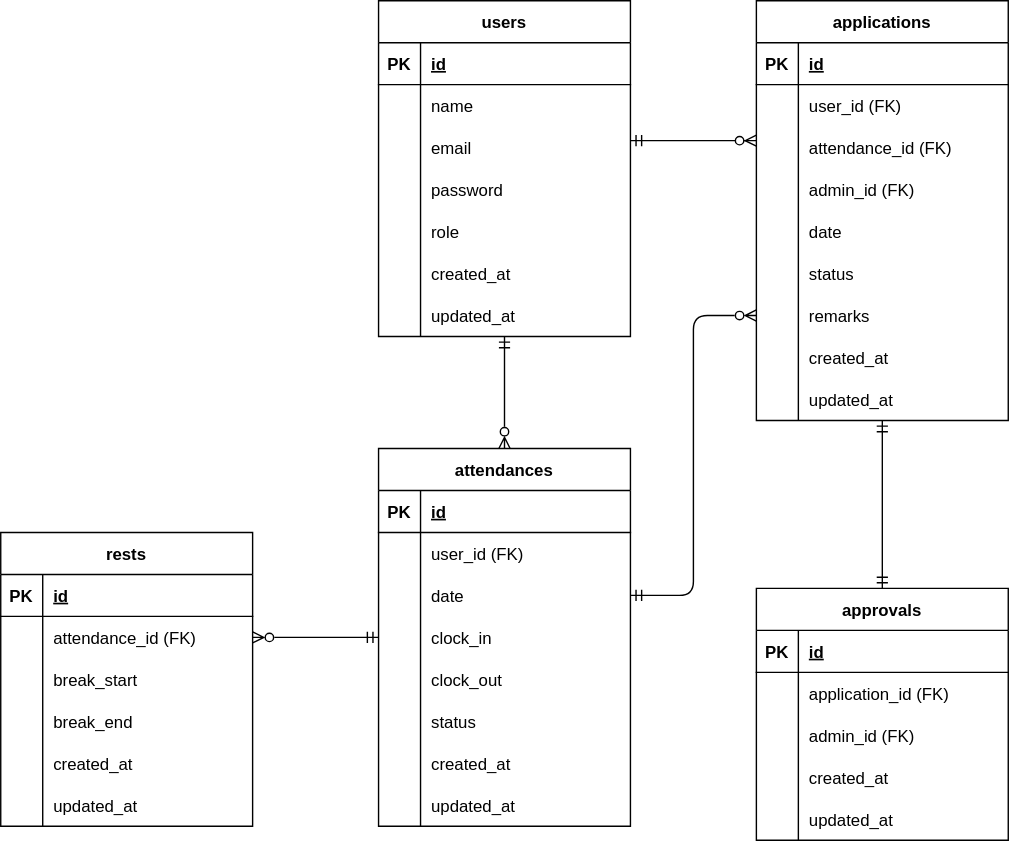
Before: src/attendance-test_ER.drawio.svg, a diagram exported from draw.io (dq-myk/attendance-test). Source tidied: cells renumbered, new cells last; positions are measured from the earlier drawing's top-left corner, leaving out a move shared by most shapes.
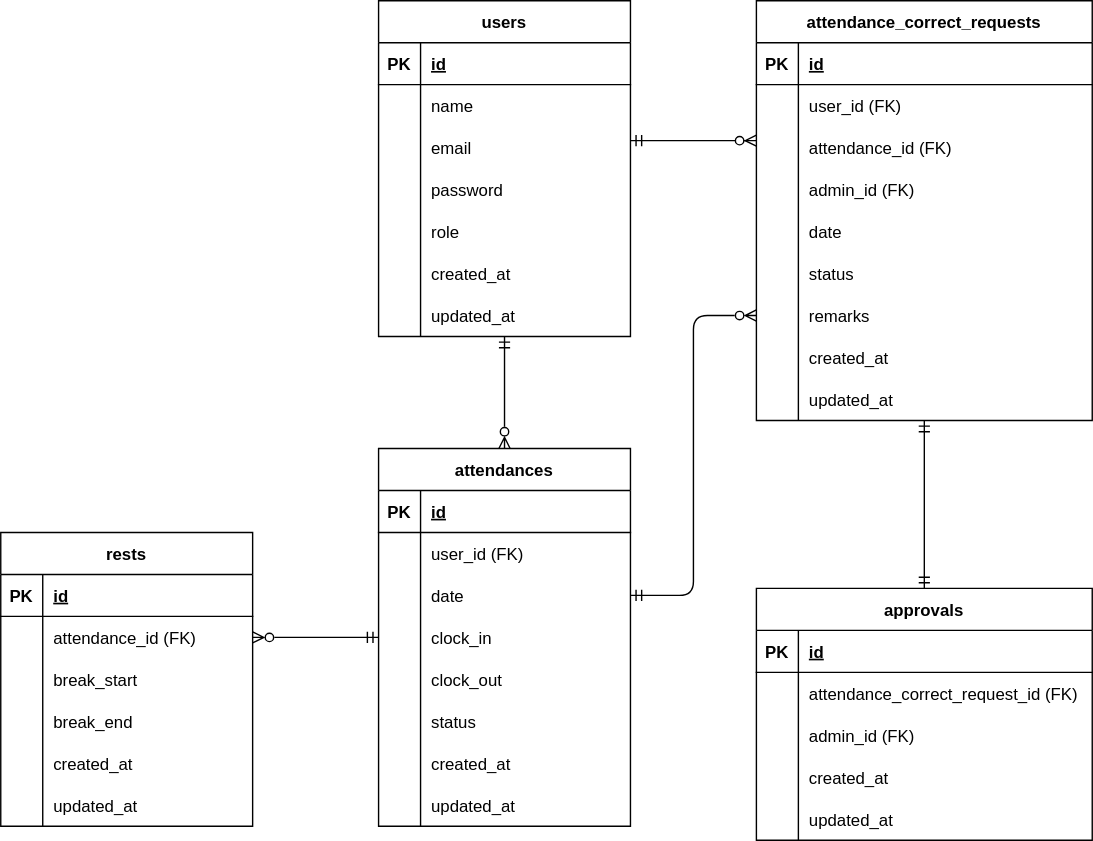
After the commit.

Diff of the diagram source:
```diff
@@ -143,89 +143,89 @@
     <mxCell id="48" value="updated_at" style="shape=partialRectangle;fillColor=none;top=0;left=0;bottom=0;right=0;align=left;spacingLeft=6;overflow=hidden;" parent="46" vertex="1">
       <mxGeometry x="30" width="150" height="30" as="geometry" />
     </mxCell>
-    <mxCell id="49" value="applications" style="shape=table;startSize=30;rowLines=0;fontStyle=1;align=center;" parent="1" vertex="1">
-      <mxGeometry x="540" width="180" height="300" as="geometry" />
+    <mxCell id="49" value="attendance_correct_requests" style="shape=table;startSize=30;rowLines=0;fontStyle=1;align=center;" parent="1" vertex="1">
+      <mxGeometry x="540" width="240" height="300" as="geometry" />
     </mxCell>
     <mxCell id="50" style="shape=tableRow;horizontal=0;startSize=0;swimlaneHead=0;swimlaneBody=0;fillColor=none;top=0;left=0;right=0;bottom=1;" parent="49" vertex="1">
-      <mxGeometry y="30" width="180" height="30" as="geometry" />
+      <mxGeometry y="30" width="240" height="30" as="geometry" />
     </mxCell>
     <mxCell id="51" value="PK" style="shape=partialRectangle;fillColor=none;top=0;left=0;bottom=0;right=0;fontStyle=1;overflow=hidden;" parent="50" vertex="1">
       <mxGeometry width="30" height="30" as="geometry" />
     </mxCell>
     <mxCell id="52" value="id" style="shape=partialRectangle;fillColor=none;top=0;left=0;bottom=0;right=0;align=left;spacingLeft=6;fontStyle=5;overflow=hidden;" parent="50" vertex="1">
-      <mxGeometry x="30" width="150" height="30" as="geometry" />
+      <mxGeometry x="30" width="210" height="30" as="geometry" />
     </mxCell>
     <mxCell id="53" style="shape=tableRow;horizontal=0;startSize=0;swimlaneHead=0;swimlaneBody=0;fillColor=none;top=0;left=0;right=0;bottom=0;" parent="49" vertex="1">
-      <mxGeometry y="60" width="180" height="30" as="geometry" />
+      <mxGeometry y="60" width="240" height="30" as="geometry" />
     </mxCell>
     <mxCell id="54" style="shape=partialRectangle;fillColor=none;top=0;left=0;bottom=0;right=0;overflow=hidden;" parent="53" vertex="1">
       <mxGeometry width="30" height="30" as="geometry" />
     </mxCell>
     <mxCell id="55" value="user_id (FK)" style="shape=partialRectangle;fillColor=none;top=0;left=0;bottom=0;right=0;align=left;spacingLeft=6;overflow=hidden;" parent="53" vertex="1">
-      <mxGeometry x="30" width="150" height="30" as="geometry" />
+      <mxGeometry x="30" width="210" height="30" as="geometry" />
     </mxCell>
     <mxCell id="56" style="shape=tableRow;horizontal=0;startSize=0;swimlaneHead=0;swimlaneBody=0;fillColor=none;top=0;left=0;right=0;bottom=0;" parent="49" vertex="1">
-      <mxGeometry y="90" width="180" height="30" as="geometry" />
+      <mxGeometry y="90" width="240" height="30" as="geometry" />
     </mxCell>
     <mxCell id="57" style="shape=partialRectangle;fillColor=none;top=0;left=0;bottom=0;right=0;overflow=hidden;" parent="56" vertex="1">
       <mxGeometry width="30" height="30" as="geometry" />
     </mxCell>
     <mxCell id="58" value="attendance_id (FK)" style="shape=partialRectangle;fillColor=none;top=0;left=0;bottom=0;right=0;align=left;spacingLeft=6;overflow=hidden;" parent="56" vertex="1">
-      <mxGeometry x="30" width="150" height="30" as="geometry" />
+      <mxGeometry x="30" width="210" height="30" as="geometry" />
     </mxCell>
     <mxCell id="59" style="shape=tableRow;horizontal=0;startSize=0;swimlaneHead=0;swimlaneBody=0;fillColor=none;top=0;left=0;right=0;bottom=0;" parent="49" vertex="1">
-      <mxGeometry y="120" width="180" height="30" as="geometry" />
+      <mxGeometry y="120" width="240" height="30" as="geometry" />
     </mxCell>
     <mxCell id="60" style="shape=partialRectangle;fillColor=none;top=0;left=0;bottom=0;right=0;overflow=hidden;" parent="59" vertex="1">
       <mxGeometry width="30" height="30" as="geometry" />
     </mxCell>
     <mxCell id="61" value="admin_id (FK)" style="shape=partialRectangle;fillColor=none;top=0;left=0;bottom=0;right=0;align=left;spacingLeft=6;overflow=hidden;" parent="59" vertex="1">
-      <mxGeometry x="30" width="150" height="30" as="geometry" />
+      <mxGeometry x="30" width="210" height="30" as="geometry" />
     </mxCell>
     <mxCell id="62" style="shape=tableRow;horizontal=0;startSize=0;swimlaneHead=0;swimlaneBody=0;fillColor=none;top=0;left=0;right=0;bottom=0;" parent="49" vertex="1">
-      <mxGeometry y="150" width="180" height="30" as="geometry" />
+      <mxGeometry y="150" width="240" height="30" as="geometry" />
     </mxCell>
     <mxCell id="63" style="shape=partialRectangle;fillColor=none;top=0;left=0;bottom=0;right=0;overflow=hidden;" parent="62" vertex="1">
       <mxGeometry width="30" height="30" as="geometry" />
     </mxCell>
     <mxCell id="64" value="date" style="shape=partialRectangle;fillColor=none;top=0;left=0;bottom=0;right=0;align=left;spacingLeft=6;overflow=hidden;" parent="62" vertex="1">
-      <mxGeometry x="30" width="150" height="30" as="geometry" />
+      <mxGeometry x="30" width="210" height="30" as="geometry" />
     </mxCell>
     <mxCell id="65" style="shape=tableRow;horizontal=0;startSize=0;swimlaneHead=0;swimlaneBody=0;fillColor=none;top=0;left=0;right=0;bottom=0;" parent="49" vertex="1">
-      <mxGeometry y="180" width="180" height="30" as="geometry" />
+      <mxGeometry y="180" width="240" height="30" as="geometry" />
     </mxCell>
     <mxCell id="66" style="shape=partialRectangle;fillColor=none;top=0;left=0;bottom=0;right=0;overflow=hidden;" parent="65" vertex="1">
       <mxGeometry width="30" height="30" as="geometry" />
     </mxCell>
     <mxCell id="67" value="status" style="shape=partialRectangle;fillColor=none;top=0;left=0;bottom=0;right=0;align=left;spacingLeft=6;overflow=hidden;" parent="65" vertex="1">
-      <mxGeometry x="30" width="150" height="30" as="geometry" />
+      <mxGeometry x="30" width="210" height="30" as="geometry" />
     </mxCell>
     <mxCell id="68" style="shape=tableRow;horizontal=0;startSize=0;swimlaneHead=0;swimlaneBody=0;fillColor=none;points=[[0,0.5],[1,0.5]];portConstraint=eastwest;top=0;left=0;right=0;bottom=0;" parent="49" vertex="1">
-      <mxGeometry y="210" width="180" height="30" as="geometry" />
+      <mxGeometry y="210" width="240" height="30" as="geometry" />
     </mxCell>
     <mxCell id="69" style="shape=partialRectangle;fillColor=none;top=0;left=0;bottom=0;right=0;overflow=hidden;" parent="68" vertex="1">
       <mxGeometry width="30" height="30" as="geometry" />
     </mxCell>
     <mxCell id="70" value="remarks" style="shape=partialRectangle;fillColor=none;top=0;left=0;bottom=0;right=0;align=left;spacingLeft=6;overflow=hidden;" parent="68" vertex="1">
-      <mxGeometry x="30" width="150" height="30" as="geometry" />
+      <mxGeometry x="30" width="210" height="30" as="geometry" />
     </mxCell>
     <mxCell id="71" style="shape=tableRow;horizontal=0;startSize=0;swimlaneHead=0;swimlaneBody=0;fillColor=none;top=0;left=0;right=0;bottom=0;" parent="49" vertex="1">
-      <mxGeometry y="240" width="180" height="30" as="geometry" />
+      <mxGeometry y="240" width="240" height="30" as="geometry" />
     </mxCell>
     <mxCell id="72" style="shape=partialRectangle;fillColor=none;top=0;left=0;bottom=0;right=0;overflow=hidden;" parent="71" vertex="1">
       <mxGeometry width="30" height="30" as="geometry" />
     </mxCell>
     <mxCell id="73" value="created_at" style="shape=partialRectangle;fillColor=none;top=0;left=0;bottom=0;right=0;align=left;spacingLeft=6;overflow=hidden;" parent="71" vertex="1">
-      <mxGeometry x="30" width="150" height="30" as="geometry" />
+      <mxGeometry x="30" width="210" height="30" as="geometry" />
     </mxCell>
     <mxCell id="74" style="shape=tableRow;horizontal=0;startSize=0;swimlaneHead=0;swimlaneBody=0;fillColor=none;top=0;left=0;right=0;bottom=0;" parent="49" vertex="1">
-      <mxGeometry y="270" width="180" height="30" as="geometry" />
+      <mxGeometry y="270" width="240" height="30" as="geometry" />
     </mxCell>
     <mxCell id="75" style="shape=partialRectangle;fillColor=none;top=0;left=0;bottom=0;right=0;overflow=hidden;" parent="74" vertex="1">
       <mxGeometry width="30" height="30" as="geometry" />
     </mxCell>
     <mxCell id="76" value="updated_at" style="shape=partialRectangle;fillColor=none;top=0;left=0;bottom=0;right=0;align=left;spacingLeft=6;overflow=hidden;" parent="74" vertex="1">
-      <mxGeometry x="30" width="150" height="30" as="geometry" />
+      <mxGeometry x="30" width="210" height="30" as="geometry" />
     </mxCell>
     <mxCell id="77" value="rests" style="shape=table;startSize=30;rowLines=0;fontStyle=1;align=center;" parent="1" vertex="1">
       <mxGeometry y="380" width="180" height="210" as="geometry" />
@@ -285,52 +285,52 @@
       <mxGeometry x="30" width="150" height="30" as="geometry" />
     </mxCell>
     <mxCell id="96" value="approvals" style="shape=table;startSize=30;rowLines=0;fontStyle=1;align=center;" parent="1" vertex="1">
-      <mxGeometry x="540" y="420" width="180" height="180" as="geometry" />
+      <mxGeometry x="540" y="420" width="240" height="180" as="geometry" />
     </mxCell>
     <mxCell id="97" style="shape=tableRow;horizontal=0;startSize=0;swimlaneHead=0;swimlaneBody=0;fillColor=none;top=0;left=0;right=0;bottom=1;" parent="96" vertex="1">
-      <mxGeometry y="30" width="180" height="30" as="geometry" />
+      <mxGeometry y="30" width="240" height="30" as="geometry" />
     </mxCell>
     <mxCell id="98" value="PK" style="shape=partialRectangle;fillColor=none;top=0;left=0;bottom=0;right=0;fontStyle=1;overflow=hidden;" parent="97" vertex="1">
       <mxGeometry width="30" height="30" as="geometry" />
     </mxCell>
     <mxCell id="99" value="id" style="shape=partialRectangle;fillColor=none;top=0;left=0;bottom=0;right=0;align=left;spacingLeft=6;fontStyle=5;overflow=hidden;" parent="97" vertex="1">
-      <mxGeometry x="30" width="150" height="30" as="geometry" />
+      <mxGeometry x="30" width="210" height="30" as="geometry" />
     </mxCell>
     <mxCell id="100" style="shape=tableRow;horizontal=0;startSize=0;swimlaneHead=0;swimlaneBody=0;fillColor=none;top=0;left=0;right=0;bottom=0;" parent="96" vertex="1">
-      <mxGeometry y="60" width="180" height="30" as="geometry" />
+      <mxGeometry y="60" width="240" height="30" as="geometry" />
     </mxCell>
     <mxCell id="101" style="shape=partialRectangle;fillColor=none;top=0;left=0;bottom=0;right=0;overflow=hidden;" parent="100" vertex="1">
       <mxGeometry width="30" height="30" as="geometry" />
     </mxCell>
-    <mxCell id="102" value="application_id (FK)" style="shape=partialRectangle;fillColor=none;top=0;left=0;bottom=0;right=0;align=left;spacingLeft=6;overflow=hidden;" parent="100" vertex="1">
-      <mxGeometry x="30" width="150" height="30" as="geometry" />
+    <mxCell id="102" value="attendance_correct_request_id (FK)" style="shape=partialRectangle;fillColor=none;top=0;left=0;bottom=0;right=0;align=left;spacingLeft=6;overflow=hidden;" parent="100" vertex="1">
+      <mxGeometry x="30" width="210" height="30" as="geometry" />
     </mxCell>
     <mxCell id="103" style="shape=tableRow;horizontal=0;startSize=0;swimlaneHead=0;swimlaneBody=0;fillColor=none;top=0;left=0;right=0;bottom=0;" parent="96" vertex="1">
-      <mxGeometry y="90" width="180" height="30" as="geometry" />
+      <mxGeometry y="90" width="240" height="30" as="geometry" />
     </mxCell>
     <mxCell id="104" style="shape=partialRectangle;fillColor=none;top=0;left=0;bottom=0;right=0;overflow=hidden;" parent="103" vertex="1">
       <mxGeometry width="30" height="30" as="geometry" />
     </mxCell>
     <mxCell id="105" value="admin_id (FK)" style="shape=partialRectangle;fillColor=none;top=0;left=0;bottom=0;right=0;align=left;spacingLeft=6;overflow=hidden;" parent="103" vertex="1">
-      <mxGeometry x="30" width="150" height="30" as="geometry" />
+      <mxGeometry x="30" width="210" height="30" as="geometry" />
     </mxCell>
     <mxCell id="106" style="shape=tableRow;horizontal=0;startSize=0;swimlaneHead=0;swimlaneBody=0;fillColor=none;top=0;left=0;right=0;bottom=0;" parent="96" vertex="1">
-      <mxGeometry y="120" width="180" height="30" as="geometry" />
+      <mxGeometry y="120" width="240" height="30" as="geometry" />
     </mxCell>
     <mxCell id="107" style="shape=partialRectangle;fillColor=none;top=0;left=0;bottom=0;right=0;overflow=hidden;" parent="106" vertex="1">
       <mxGeometry width="30" height="30" as="geometry" />
     </mxCell>
     <mxCell id="108" value="created_at" style="shape=partialRectangle;fillColor=none;top=0;left=0;bottom=0;right=0;align=left;spacingLeft=6;overflow=hidden;" parent="106" vertex="1">
-      <mxGeometry x="30" width="150" height="30" as="geometry" />
+      <mxGeometry x="30" width="210" height="30" as="geometry" />
     </mxCell>
     <mxCell id="109" style="shape=tableRow;horizontal=0;startSize=0;swimlaneHead=0;swimlaneBody=0;fillColor=none;top=0;left=0;right=0;bottom=0;" parent="96" vertex="1">
-      <mxGeometry y="150" width="180" height="30" as="geometry" />
+      <mxGeometry y="150" width="240" height="30" as="geometry" />
     </mxCell>
     <mxCell id="110" style="shape=partialRectangle;fillColor=none;top=0;left=0;bottom=0;right=0;overflow=hidden;" parent="109" vertex="1">
       <mxGeometry width="30" height="30" as="geometry" />
     </mxCell>
     <mxCell id="111" value="updated_at" style="shape=partialRectangle;fillColor=none;top=0;left=0;bottom=0;right=0;align=left;spacingLeft=6;overflow=hidden;" parent="109" vertex="1">
-      <mxGeometry x="30" width="150" height="30" as="geometry" />
+      <mxGeometry x="30" width="210" height="30" as="geometry" />
     </mxCell>
     <mxCell id="112" style="edgeStyle=entityRelationEdgeStyle;fontSize=12;html=1;endArrow=ERzeroToMany;startArrow=ERmandOne;" parent="1" edge="1">
       <mxGeometry relative="1" as="geometry">
@@ -343,7 +343,7 @@
     </mxCell>
     <mxCell id="114" style="fontSize=12;html=1;endArrow=ERmandOne;startArrow=ERmandOne;entryX=0.5;entryY=0;entryDx=0;entryDy=0;endFill=0;" parent="1" edge="1" target="96">
       <mxGeometry relative="1" as="geometry">
-        <mxPoint x="630" y="300" as="sourcePoint" />
+        <mxPoint x="660" y="300" as="sourcePoint" />
       </mxGeometry>
     </mxCell>
     <mxCell id="115" style="fontSize=12;html=1;endArrow=ERzeroToMany;startArrow=ERmandOne;endFill=0;entryX=1;entryY=0.5;entryDx=0;entryDy=0;exitX=0;exitY=0.5;exitDx=0;exitDy=0;" parent="1" edge="1" source="34" target="81">
```
